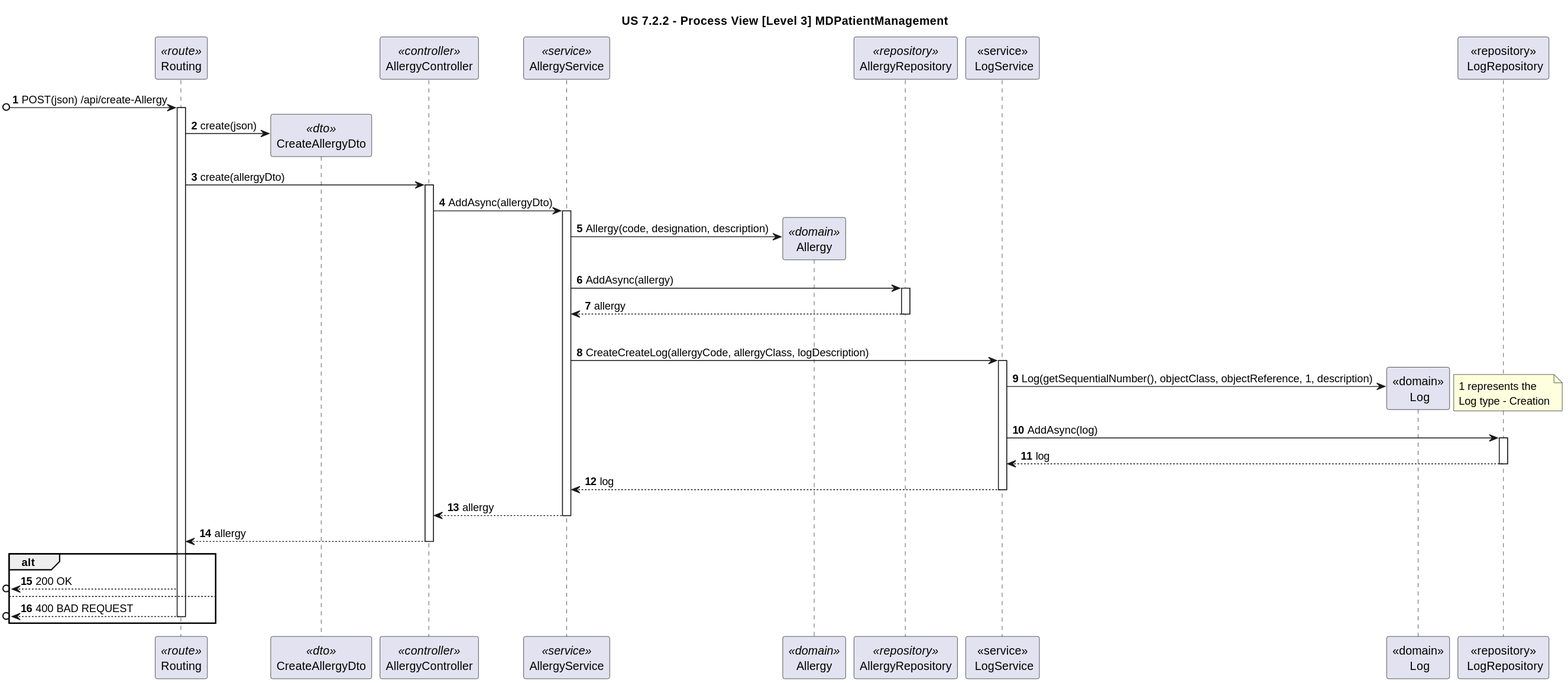
This is docs/sprint-3/1220683/us-7.2.2/Process_View/Level-3/us7.2.2-process-view-lvl3.svg from rita-barbosa/LAPR5-2425, a PlantUML export, as it was before one commit.
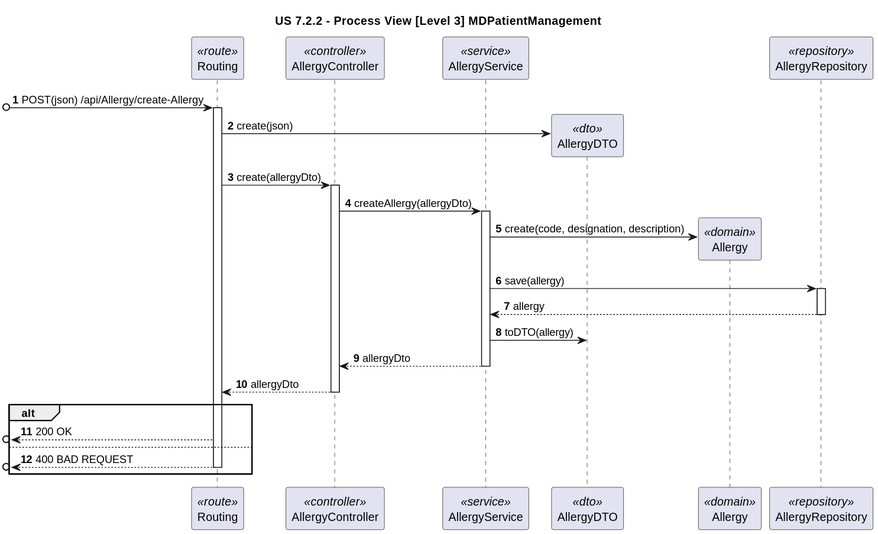
The same diagram one commit later.

The edit, as a diff of the source:
```diff
@@ -3,18 +3,13 @@
 
 autonumber
 participant "Routing" as ROUTE <<route>>
-participant "CreateAllergyDto" as DTO <<dto>>
 participant "AllergyController" as CTRL <<controller>>
 participant "AllergyService" as SVC <<service>>
+participant "AllergyDTO" as DTO <<dto>>
 participant "Allergy" as ALL <<domain>>
 participant "AllergyRepository" as REPO <<repository>>
 
-participant "<<service>>\n LogService" as LogServ
-participant "<<domain>>\n Log" as Log
-participant "<<repository>>\n LogRepository" as LogRepo
-
-
-[o-> ROUTE: POST(json) /api/create-Allergy
+[o-> ROUTE: POST(json) /api/Allergy/create-Allergy
 activate ROUTE
 
 ROUTE -> DTO **: create(json)
@@ -22,42 +17,24 @@
 ROUTE -> CTRL: create(allergyDto)
 activate CTRL
 
-CTRL ->  SVC: AddAsync(allergyDto)
+CTRL ->  SVC: createAllergy(allergyDto)
 activate SVC
 
-SVC -> ALL ** : Allergy(code, designation, description)
+SVC -> ALL ** : create(code, designation, description)
 
-SVC -> REPO : AddAsync(allergy)
+SVC -> REPO : save(allergy)
 activate REPO
 
 REPO --> SVC : allergy
 deactivate REPO
 
-|||
-
-SVC -> LogServ : CreateCreateLog(allergyCode, allergyClass, logDescription)
-activate LogServ
-
-LogServ -> Log ** : Log(getSequentialNumber(), objectClass, objectReference, 1, description)
-note right
-1 represents the
-Log type - Creation
-end note
-
-LogServ -> LogRepo : AddAsync(log)
-activate LogRepo
-
-LogRepo --> LogServ : log
-deactivate LogRepo
-
-LogServ --> SVC : log
-deactivate LogServ
+SVC -> DTO : toDTO(allergy)
 
 
-SVC --> CTRL: allergy
+SVC --> CTRL: allergyDto
 deactivate SVC
 
-CTRL --> ROUTE: allergy
+CTRL --> ROUTE: allergyDto
 deactivate CTRL
 
 alt
```
